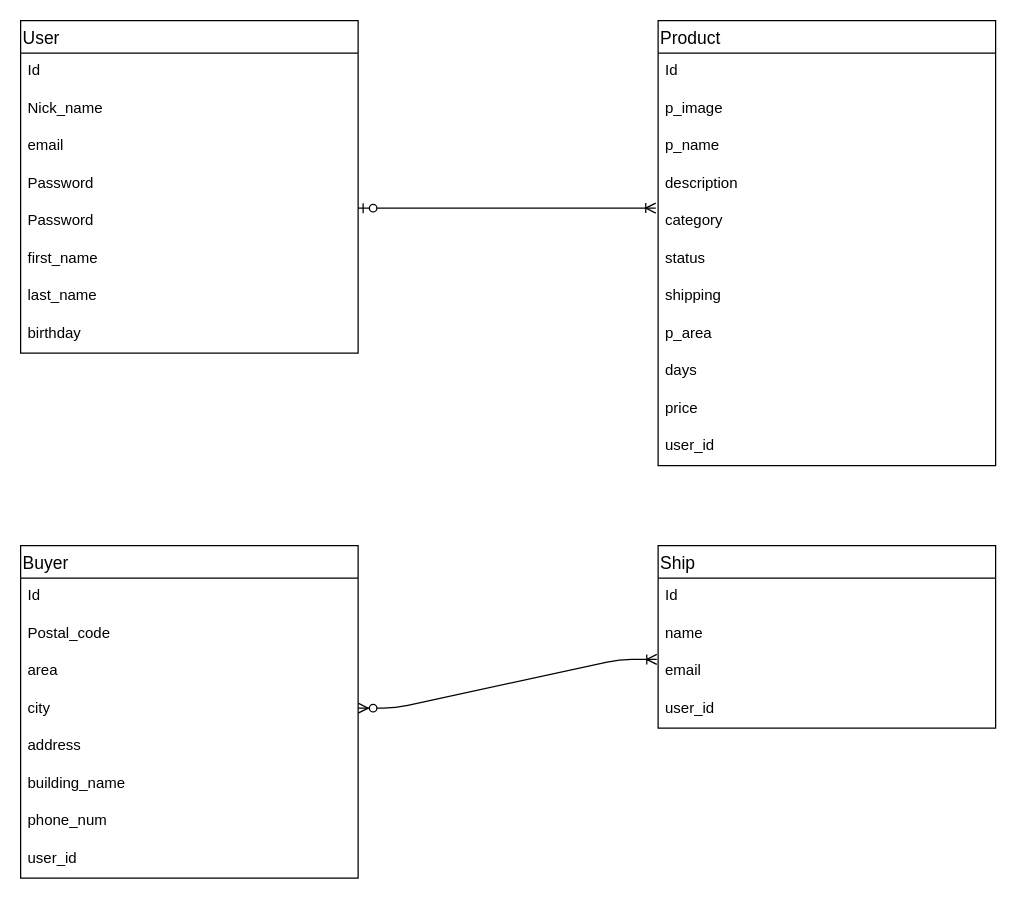
The draw.io diagram ER.dio in Matsu-da-deluxe/furima-34393, before the edit. Source tidied: cells renumbered, new cells numbered last; positions are measured from the earlier drawing's top-left corner, leaving out a move shared by most shapes. Both pictures are drawn from the tidied source at 125%, with x=0, y=0 at pixel (20, 20).
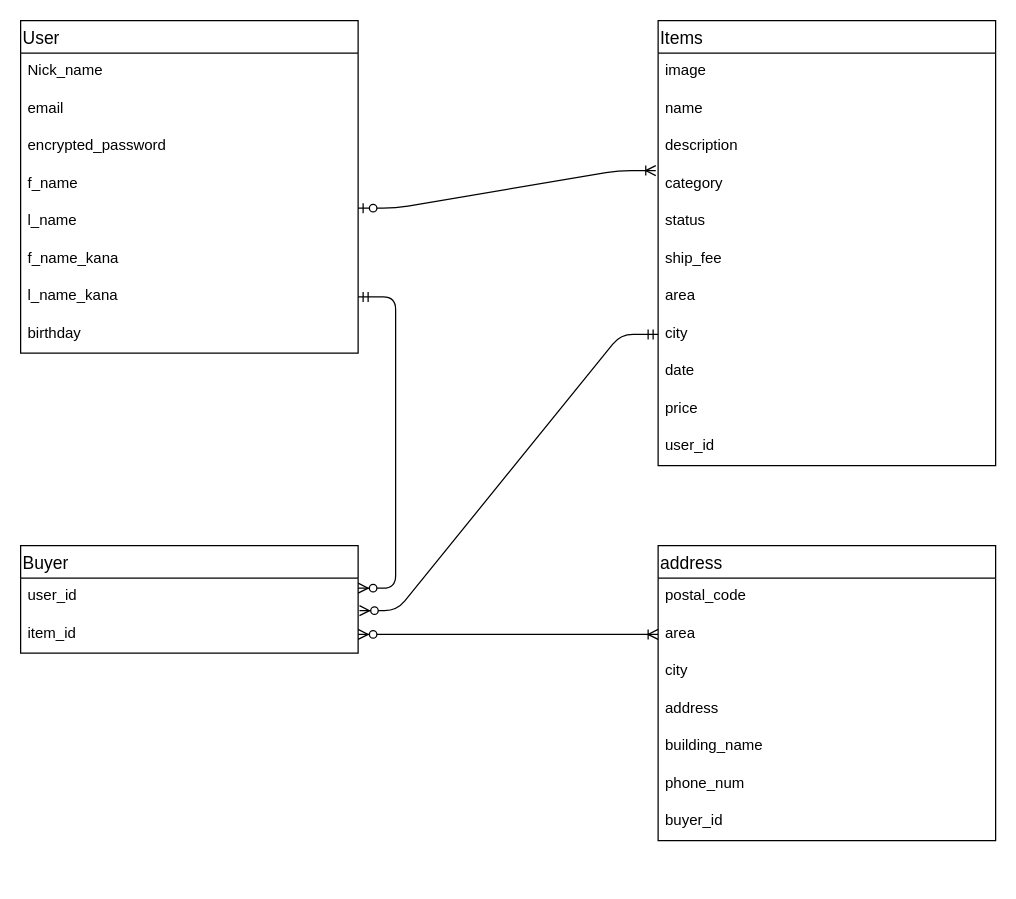
After the change.

Commit message (it also covers changes not shown here):
db設計の修正

The change refers to these unchanged cells:
```xml
<mxCell id="2" value="User" style="swimlane;fontStyle=0;horizontal=1;startSize=26;align=left;fontSize=14;verticalAlign=middle;" parent="1" vertex="1">
  <mxGeometry width="270" height="266" as="geometry" />
</mxCell>
```

Diff of the diagram source:
```diff
@@
-    <mxCell id="3" value="Id" style="text;strokeColor=none;fillColor=none;spacingLeft=4;spacingRight=4;overflow=hidden;fontSize=12;" parent="2" vertex="1">
-      <mxGeometry y="26" width="270" height="30" as="geometry" />
-    </mxCell>
     <mxCell id="4" value="Nick_name" style="text;strokeColor=none;fillColor=none;spacingLeft=4;spacingRight=4;overflow=hidden;fontSize=12;" parent="2" vertex="1">
-      <mxGeometry y="56" width="270" height="30" as="geometry" />
+      <mxGeometry y="26" width="270" height="30" as="geometry" />
     </mxCell>
     <mxCell id="5" value="email" style="text;strokeColor=none;fillColor=none;spacingLeft=4;spacingRight=4;overflow=hidden;fontSize=12;" parent="2" vertex="1">
-      <mxGeometry y="86" width="270" height="30" as="geometry" />
+      <mxGeometry y="56" width="270" height="30" as="geometry" />
     </mxCell>
-    <mxCell id="6" value="Password" style="text;strokeColor=none;fillColor=none;spacingLeft=4;spacingRight=4;overflow=hidden;fontSize=12;" parent="2" vertex="1">
-      <mxGeometry y="116" width="270" height="30" as="geometry" />
+    <mxCell id="6" value="encrypted_password" style="text;strokeColor=none;fillColor=none;spacingLeft=4;spacingRight=4;overflow=hidden;fontSize=12;" parent="2" vertex="1">
+      <mxGeometry y="86" width="270" height="30" as="geometry" />
     </mxCell>
-    <mxCell id="7" value="Password" style="text;strokeColor=none;fillColor=none;spacingLeft=4;spacingRight=4;overflow=hidden;fontSize=12;" parent="2" vertex="1">
-      <mxGeometry y="146" width="270" height="30" as="geometry" />
-    </mxCell>
-    <mxCell id="8" value="first_name" style="text;strokeColor=none;fillColor=none;spacingLeft=4;spacingRight=4;overflow=hidden;fontSize=12;" parent="2" vertex="1">
-      <mxGeometry y="176" width="270" height="30" as="geometry" />
+    <mxCell id="8" value="f_name" style="text;strokeColor=none;fillColor=none;spacingLeft=4;spacingRight=4;overflow=hidden;fontSize=12;" parent="2" vertex="1">
+      <mxGeometry y="116" width="270" height="30" as="geometry" />
     </mxCell>
-    <mxCell id="9" value="last_name" style="text;strokeColor=none;fillColor=none;spacingLeft=4;spacingRight=4;overflow=hidden;fontSize=12;" parent="2" vertex="1">
-      <mxGeometry y="206" width="270" height="30" as="geometry" />
+    <mxCell id="9" value="l_name" style="text;strokeColor=none;fillColor=none;spacingLeft=4;spacingRight=4;overflow=hidden;fontSize=12;" parent="2" vertex="1">
+      <mxGeometry y="146" width="270" height="30" as="geometry" />
     </mxCell>
+    <mxCell id="39" value="f_name_kana" style="text;strokeColor=none;fillColor=none;spacingLeft=4;spacingRight=4;overflow=hidden;fontSize=12;" parent="2" vertex="1">
+      <mxGeometry y="176" width="270" height="30" as="geometry" />
+    </mxCell>
+    <mxCell id="40" value="l_name_kana" style="text;strokeColor=none;fillColor=none;spacingLeft=4;spacingRight=4;overflow=hidden;points=[[0,0.5],[1,0.5]];portConstraint=eastwest;fontSize=12;" parent="2" vertex="1">
+      <mxGeometry y="206" width="270" height="30" as="geometry" />
+    </mxCell>
@@
-    <mxCell id="11" value="Product" style="swimlane;fontStyle=0;horizontal=1;startSize=26;align=left;fontSize=14;verticalAlign=middle;" parent="1" vertex="1">
+    <mxCell id="11" value="Items" style="swimlane;fontStyle=0;horizontal=1;startSize=26;align=left;fontSize=14;verticalAlign=middle;" parent="1" vertex="1">
       <mxGeometry x="510" width="270" height="356" as="geometry" />
     </mxCell>
-    <mxCell id="12" value="Id" style="text;strokeColor=none;fillColor=none;spacingLeft=4;spacingRight=4;overflow=hidden;fontSize=12;" parent="11" vertex="1">
-      <mxGeometry y="26" width="270" height="30" as="geometry" />
-    </mxCell>
-    <mxCell id="13" value="p_image" style="text;strokeColor=none;fillColor=none;spacingLeft=4;spacingRight=4;overflow=hidden;fontSize=12;" parent="11" vertex="1">
-      <mxGeometry y="56" width="270" height="30" as="geometry" />
+    <mxCell id="13" value="image" style="text;strokeColor=none;fillColor=none;spacingLeft=4;spacingRight=4;overflow=hidden;fontSize=12;" parent="11" vertex="1">
+      <mxGeometry y="26" width="270" height="30" as="geometry" />
     </mxCell>
-    <mxCell id="14" value="p_name" style="text;strokeColor=none;fillColor=none;spacingLeft=4;spacingRight=4;overflow=hidden;fontSize=12;" parent="11" vertex="1">
-      <mxGeometry y="86" width="270" height="30" as="geometry" />
+    <mxCell id="14" value="name" style="text;strokeColor=none;fillColor=none;spacingLeft=4;spacingRight=4;overflow=hidden;fontSize=12;" parent="11" vertex="1">
+      <mxGeometry y="56" width="270" height="30" as="geometry" />
     </mxCell>
     <mxCell id="15" value="description" style="text;strokeColor=none;fillColor=none;spacingLeft=4;spacingRight=4;overflow=hidden;fontSize=12;" parent="11" vertex="1">
-      <mxGeometry y="116" width="270" height="30" as="geometry" />
+      <mxGeometry y="86" width="270" height="30" as="geometry" />
     </mxCell>
     <mxCell id="16" value="category" style="text;strokeColor=none;fillColor=none;spacingLeft=4;spacingRight=4;overflow=hidden;points=[[0,0.5],[1,0.5]];portConstraint=eastwest;fontSize=12;" parent="11" vertex="1">
-      <mxGeometry y="146" width="270" height="30" as="geometry" />
+      <mxGeometry y="116" width="270" height="30" as="geometry" />
     </mxCell>
     <mxCell id="17" value="status" style="text;strokeColor=none;fillColor=none;spacingLeft=4;spacingRight=4;overflow=hidden;fontSize=12;" parent="11" vertex="1">
-      <mxGeometry y="176" width="270" height="30" as="geometry" />
+      <mxGeometry y="146" width="270" height="30" as="geometry" />
     </mxCell>
-    <mxCell id="18" value="shipping" style="text;strokeColor=none;fillColor=none;spacingLeft=4;spacingRight=4;overflow=hidden;fontSize=12;" parent="11" vertex="1">
-      <mxGeometry y="206" width="270" height="30" as="geometry" />
+    <mxCell id="18" value="ship_fee" style="text;strokeColor=none;fillColor=none;spacingLeft=4;spacingRight=4;overflow=hidden;fontSize=12;" parent="11" vertex="1">
+      <mxGeometry y="176" width="270" height="30" as="geometry" />
     </mxCell>
-    <mxCell id="19" value="p_area" style="text;strokeColor=none;fillColor=none;spacingLeft=4;spacingRight=4;overflow=hidden;fontSize=12;" parent="11" vertex="1">
-      <mxGeometry y="236" width="270" height="30" as="geometry" />
+    <mxCell id="19" value="area" style="text;strokeColor=none;fillColor=none;spacingLeft=4;spacingRight=4;overflow=hidden;fontSize=12;" parent="11" vertex="1">
+      <mxGeometry y="206" width="270" height="30" as="geometry" />
     </mxCell>
+    <mxCell id="27" value="city" style="text;strokeColor=none;fillColor=none;spacingLeft=4;spacingRight=4;overflow=hidden;points=[[0,0.5],[1,0.5]];portConstraint=eastwest;fontSize=12;" parent="11" vertex="1">
+      <mxGeometry y="236" width="270" height="30" as="geometry" />
+    </mxCell>
-    <mxCell id="20" value="days" style="text;strokeColor=none;fillColor=none;spacingLeft=4;spacingRight=4;overflow=hidden;fontSize=12;" parent="11" vertex="1">
+    <mxCell id="20" value="date" style="text;strokeColor=none;fillColor=none;spacingLeft=4;spacingRight=4;overflow=hidden;fontSize=12;" parent="11" vertex="1">
       <mxGeometry y="266" width="270" height="30" as="geometry" />
     </mxCell>
@@
     <mxCell id="23" value="Buyer" style="swimlane;fontStyle=0;horizontal=1;startSize=26;align=left;fontSize=14;verticalAlign=middle;" parent="1" vertex="1">
-      <mxGeometry y="420" width="270" height="266" as="geometry" />
+      <mxGeometry y="420" width="270" height="86" as="geometry" />
     </mxCell>
-    <mxCell id="24" value="Id" style="text;strokeColor=none;fillColor=none;spacingLeft=4;spacingRight=4;overflow=hidden;points=[[0,0.5],[1,0.5]];portConstraint=eastwest;fontSize=12;" parent="23" vertex="1">
+    <mxCell id="24" value="user_id" style="text;strokeColor=none;fillColor=none;spacingLeft=4;spacingRight=4;overflow=hidden;points=[[0,0.5],[1,0.5]];portConstraint=eastwest;fontSize=12;" parent="23" vertex="1">
       <mxGeometry y="26" width="270" height="30" as="geometry" />
     </mxCell>
-    <mxCell id="25" value="Postal_code" style="text;strokeColor=none;fillColor=none;spacingLeft=4;spacingRight=4;overflow=hidden;points=[[0,0.5],[1,0.5]];portConstraint=eastwest;fontSize=12;" parent="23" vertex="1">
+    <mxCell id="25" value="item_id" style="text;strokeColor=none;fillColor=none;spacingLeft=4;spacingRight=4;overflow=hidden;points=[[0,0.5],[1,0.5]];portConstraint=eastwest;fontSize=12;" parent="23" vertex="1">
       <mxGeometry y="56" width="270" height="30" as="geometry" />
     </mxCell>
-    <mxCell id="26" value="area" style="text;strokeColor=none;fillColor=none;spacingLeft=4;spacingRight=4;overflow=hidden;fontSize=12;" parent="23" vertex="1">
-      <mxGeometry y="86" width="270" height="30" as="geometry" />
-    </mxCell>
-    <mxCell id="27" value="city" style="text;strokeColor=none;fillColor=none;spacingLeft=4;spacingRight=4;overflow=hidden;points=[[0,0.5],[1,0.5]];portConstraint=eastwest;fontSize=12;" parent="23" vertex="1">
-      <mxGeometry y="116" width="270" height="30" as="geometry" />
-    </mxCell>
-    <mxCell id="28" value="address" style="text;strokeColor=none;fillColor=none;spacingLeft=4;spacingRight=4;overflow=hidden;fontSize=12;" parent="23" vertex="1">
-      <mxGeometry y="146" width="270" height="30" as="geometry" />
-    </mxCell>
-    <mxCell id="29" value="building_name" style="text;strokeColor=none;fillColor=none;spacingLeft=4;spacingRight=4;overflow=hidden;fontSize=12;" parent="23" vertex="1">
-      <mxGeometry y="176" width="270" height="30" as="geometry" />
-    </mxCell>
-    <mxCell id="30" value="phone_num" style="text;strokeColor=none;fillColor=none;spacingLeft=4;spacingRight=4;overflow=hidden;fontSize=12;" parent="23" vertex="1">
-      <mxGeometry y="206" width="270" height="30" as="geometry" />
-    </mxCell>
-    <mxCell id="31" value="user_id" style="text;strokeColor=none;fillColor=none;spacingLeft=4;spacingRight=4;overflow=hidden;fontSize=12;" parent="23" vertex="1">
-      <mxGeometry y="236" width="270" height="30" as="geometry" />
-    </mxCell>
-    <mxCell id="32" value="Ship" style="swimlane;fontStyle=0;horizontal=1;startSize=26;align=left;fontSize=14;verticalAlign=middle;" parent="1" vertex="1">
-      <mxGeometry x="510" y="420" width="270" height="146" as="geometry" />
+    <mxCell id="32" value="address" style="swimlane;fontStyle=0;horizontal=1;startSize=26;align=left;fontSize=14;verticalAlign=middle;" parent="1" vertex="1">
+      <mxGeometry x="510" y="420" width="270" height="236" as="geometry" />
     </mxCell>
-    <mxCell id="33" value="Id" style="text;strokeColor=none;fillColor=none;spacingLeft=4;spacingRight=4;overflow=hidden;fontSize=12;" parent="32" vertex="1">
+    <mxCell id="33" value="postal_code" style="text;strokeColor=none;fillColor=none;spacingLeft=4;spacingRight=4;overflow=hidden;fontSize=12;" parent="32" vertex="1">
       <mxGeometry y="26" width="270" height="30" as="geometry" />
     </mxCell>
-    <mxCell id="34" value="name" style="text;strokeColor=none;fillColor=none;spacingLeft=4;spacingRight=4;overflow=hidden;points=[[0,0.5],[1,0.5]];portConstraint=eastwest;fontSize=12;" parent="32" vertex="1">
+    <mxCell id="34" value="area" style="text;strokeColor=none;fillColor=none;spacingLeft=4;spacingRight=4;overflow=hidden;points=[[0,0.5],[1,0.5]];portConstraint=eastwest;fontSize=12;" parent="32" vertex="1">
       <mxGeometry y="56" width="270" height="30" as="geometry" />
     </mxCell>
-    <mxCell id="35" value="email" style="text;strokeColor=none;fillColor=none;spacingLeft=4;spacingRight=4;overflow=hidden;points=[[0,0.5],[1,0.5]];portConstraint=eastwest;fontSize=12;" parent="32" vertex="1">
+    <mxCell id="35" value="city" style="text;strokeColor=none;fillColor=none;spacingLeft=4;spacingRight=4;overflow=hidden;points=[[0,0.5],[1,0.5]];portConstraint=eastwest;fontSize=12;" parent="32" vertex="1">
       <mxGeometry y="86" width="270" height="30" as="geometry" />
     </mxCell>
-    <mxCell id="36" value="user_id" style="text;strokeColor=none;fillColor=none;spacingLeft=4;spacingRight=4;overflow=hidden;fontSize=12;" parent="32" vertex="1">
+    <mxCell id="36" value="address" style="text;strokeColor=none;fillColor=none;spacingLeft=4;spacingRight=4;overflow=hidden;fontSize=12;" parent="32" vertex="1">
       <mxGeometry y="116" width="270" height="30" as="geometry" />
     </mxCell>
+    <mxCell id="29" value="building_name" style="text;strokeColor=none;fillColor=none;spacingLeft=4;spacingRight=4;overflow=hidden;fontSize=12;" parent="32" vertex="1">
+      <mxGeometry y="146" width="270" height="30" as="geometry" />
+    </mxCell>
+    <mxCell id="30" value="phone_num" style="text;strokeColor=none;fillColor=none;spacingLeft=4;spacingRight=4;overflow=hidden;fontSize=12;" parent="32" vertex="1">
+      <mxGeometry y="176" width="270" height="30" as="geometry" />
+    </mxCell>
+    <mxCell id="41" value="buyer_id" style="text;strokeColor=none;fillColor=none;spacingLeft=4;spacingRight=4;overflow=hidden;fontSize=12;" parent="32" vertex="1">
+      <mxGeometry y="206" width="270" height="30" as="geometry" />
+    </mxCell>
@@
-    <mxCell id="38" style="edgeStyle=entityRelationEdgeStyle;fontSize=12;html=1;endArrow=ERoneToMany;startArrow=ERzeroToMany;entryX=-0.004;entryY=0.167;entryDx=0;entryDy=0;entryPerimeter=0;" parent="1" edge="1" target="35">
-      <mxGeometry relative="1" as="geometry">
-        <mxPoint x="270" y="550" as="sourcePoint" />
-      </mxGeometry>
+    <mxCell id="38" style="edgeStyle=entityRelationEdgeStyle;fontSize=12;html=1;endArrow=ERoneToMany;startArrow=ERzeroToMany;entryX=0;entryY=0.5;entryDx=0;entryDy=0;exitX=1;exitY=0.5;exitDx=0;exitDy=0;" parent="1" edge="1" source="25" target="34">
+      <mxGeometry relative="1" as="geometry" />
     </mxCell>
+    <mxCell id="42" style="edgeStyle=entityRelationEdgeStyle;fontSize=12;html=1;endArrow=ERzeroToMany;startArrow=ERmandOne;exitX=1;exitY=0.5;exitDx=0;exitDy=0;entryX=1;entryY=0.267;entryDx=0;entryDy=0;entryPerimeter=0;" parent="1" edge="1" source="40" target="24">
+      <mxGeometry relative="1" as="geometry" />
+    </mxCell>
+    <mxCell id="43" style="edgeStyle=entityRelationEdgeStyle;fontSize=12;html=1;endArrow=ERzeroToMany;startArrow=ERmandOne;exitX=0;exitY=0.5;exitDx=0;exitDy=0;entryX=1.004;entryY=-0.133;entryDx=0;entryDy=0;entryPerimeter=0;" parent="1" edge="1" source="27" target="25">
+      <mxGeometry relative="1" as="geometry" />
+    </mxCell>
```
